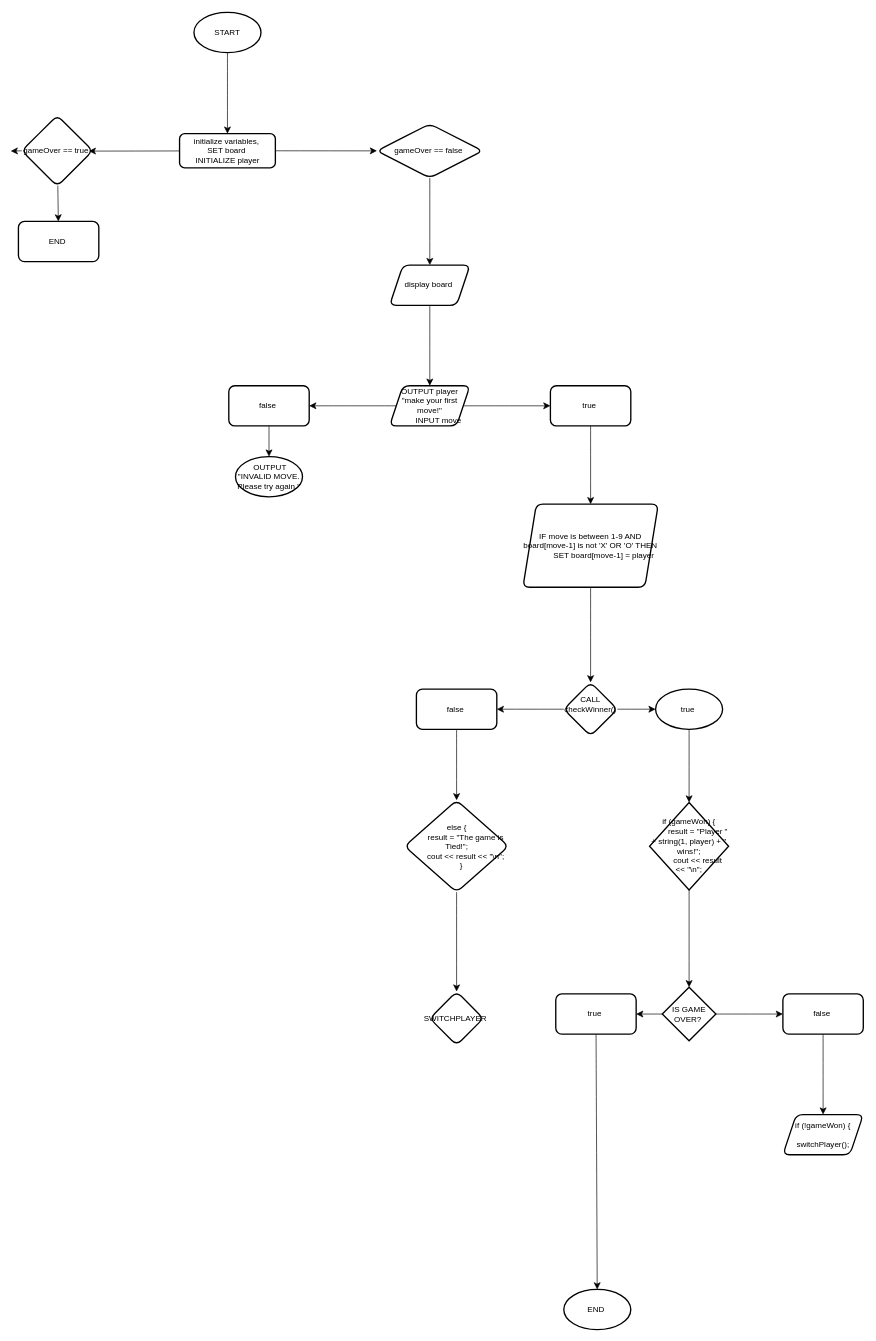
Earlier version of the draw.io diagram PA01FLOW.drawio (emiilyyf/flowchart). Source tidied: cells renumbered, new cells numbered last; positions are measured from the earlier drawing's top-left corner, leaving out a move shared by most shapes. Both pictures are drawn from the tidied source at 67%, with x=0, y=0 at pixel (11, 12).
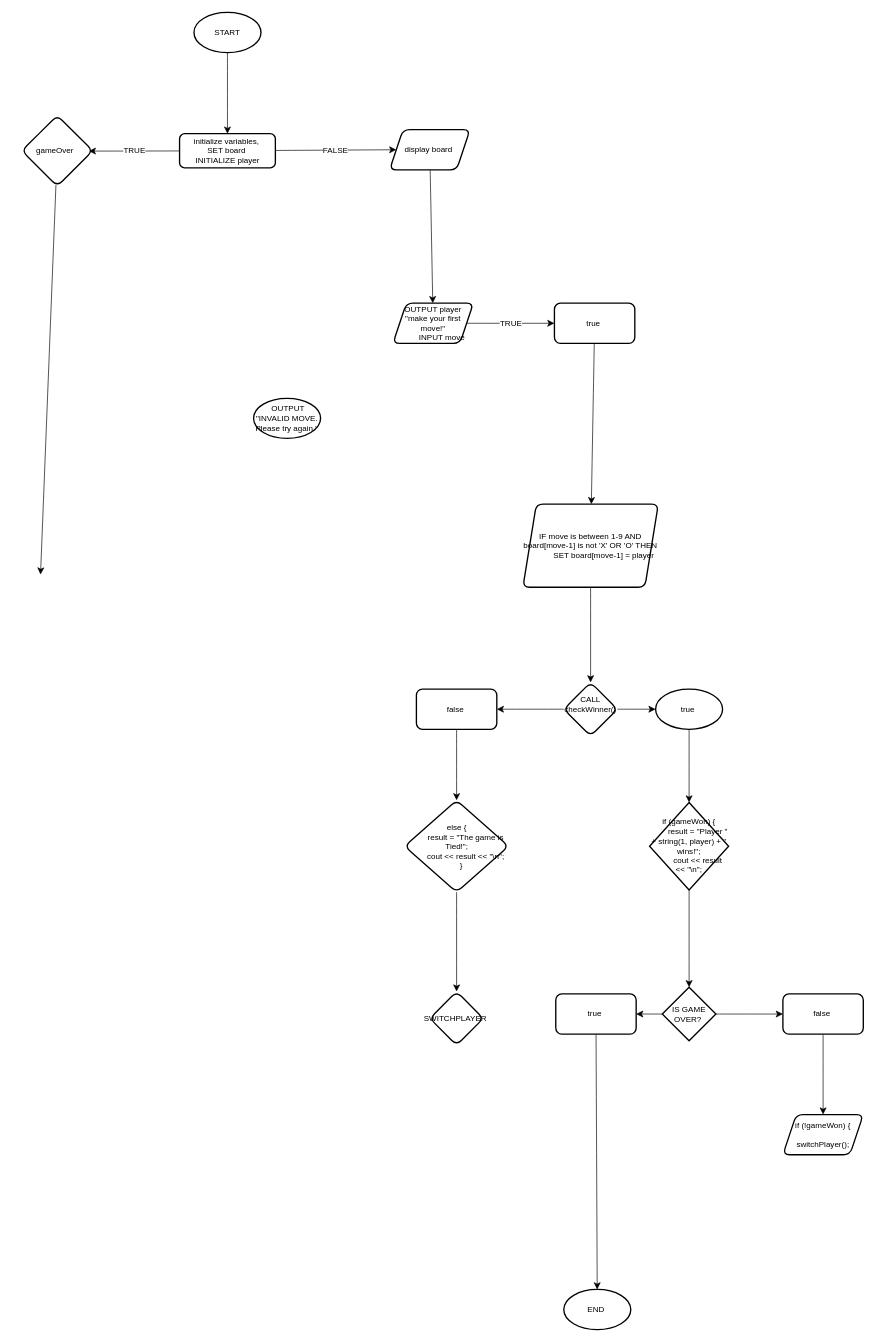
The same page after the edit.

The change refers to these unchanged cells:
```xml
<mxCell id="6" value="initialize variables,&amp;nbsp;&lt;div&gt;SET board&amp;nbsp;&lt;/div&gt;&lt;div&gt;INITIALIZE player&lt;/div&gt;" style="rounded=1;whiteSpace=wrap;html=1;strokeWidth=2;" parent="1" vertex="1">
  <mxGeometry x="251.5" y="181" width="143" height="51" as="geometry" />
</mxCell>
```

The edit, as a diff of the source:
```diff
@@
-    <mxCell id="4" style="edgeStyle=none;curved=1;rounded=0;jettySize=auto;html=1;fontSize=12;startSize=8;endSize=8;" parent="1" edge="1" source="6">
+    <mxCell id="4" value="TRUE" style="edgeStyle=none;curved=1;rounded=0;jettySize=auto;html=1;fontSize=12;startSize=8;endSize=8;" parent="1" edge="1" source="6">
       <mxGeometry relative="1" as="geometry">
         <mxPoint x="116" y="207" as="targetPoint" />
         <Array as="points">
           <mxPoint x="183" y="207" />
         </Array>
       </mxGeometry>
     </mxCell>
-    <mxCell id="5" style="edgeStyle=none;curved=1;rounded=0;jettySize=auto;html=1;fontSize=12;startSize=8;endSize=8;" parent="1" edge="1" source="6" target="13">
+    <mxCell id="5" value="FALSE" style="edgeStyle=none;curved=1;rounded=0;jettySize=auto;html=1;fontSize=12;startSize=8;endSize=8;entryX=0;entryY=0.5;entryDx=0;entryDy=0;" parent="1" edge="1" source="6" target="15">
       <mxGeometry relative="1" as="geometry" />
     </mxCell>
@@
-    <mxCell id="7" style="edgeStyle=none;curved=1;rounded=0;jettySize=auto;html=1;fontSize=12;startSize=8;endSize=8;" parent="1" edge="1" source="9" target="11">
-      <mxGeometry relative="1" as="geometry" />
+    <mxCell id="7" style="rounded=0;jettySize=auto;html=1;fontSize=12;startSize=8;endSize=8;" parent="1" edge="1" source="9">
+      <mxGeometry relative="1" as="geometry">
+        <mxPoint x="44" y="839" as="targetPoint" />
+      </mxGeometry>
     </mxCell>
-    <mxCell id="8" style="edgeStyle=none;curved=1;rounded=0;jettySize=auto;html=1;exitX=0;exitY=0.5;exitDx=0;exitDy=0;fontSize=12;startSize=8;endSize=8;" parent="1" edge="1" source="9">
-      <mxGeometry relative="1" as="geometry">
-        <mxPoint x="-0.5" y="207" as="targetPoint" />
-      </mxGeometry>
-    </mxCell>
-    <mxCell id="9" value="gameOver == true&amp;nbsp;" style="rhombus;whiteSpace=wrap;html=1;rounded=1;strokeWidth=2;" parent="1" vertex="1">
+    <mxCell id="9" value="gameOver&amp;nbsp;&amp;nbsp;" style="rhombus;whiteSpace=wrap;html=1;rounded=1;strokeWidth=2;" parent="1" vertex="1">
       <mxGeometry x="16" y="153.8" width="106" height="105.5" as="geometry" />
     </mxCell>
@@
-    <mxCell id="11" value="END&amp;nbsp;" style="whiteSpace=wrap;html=1;rounded=1;strokeWidth=2;" parent="1" vertex="1">
-      <mxGeometry x="11" y="312" width="120" height="60" as="geometry" />
-    </mxCell>
-    <mxCell id="12" style="edgeStyle=none;curved=1;rounded=0;jettySize=auto;html=1;fontSize=12;startSize=8;endSize=8;" parent="1" edge="1" source="13" target="15">
-      <mxGeometry relative="1" as="geometry" />
-    </mxCell>
-    <mxCell id="13" value="gameOver == false&amp;nbsp;" style="rhombus;whiteSpace=wrap;html=1;rounded=1;strokeWidth=2;" parent="1" vertex="1">
-      <mxGeometry x="546" y="166.5" width="158" height="80.5" as="geometry" />
-    </mxCell>
@@
     <mxCell id="15" value="display board&amp;nbsp;" style="shape=parallelogram;perimeter=parallelogramPerimeter;whiteSpace=wrap;html=1;fixedSize=1;rounded=1;strokeWidth=2;" parent="1" vertex="1">
-      <mxGeometry x="565" y="377.2" width="120" height="60" as="geometry" />
+      <mxGeometry x="565" y="175" width="120" height="60" as="geometry" />
     </mxCell>
-    <mxCell id="16" style="edgeStyle=none;curved=1;rounded=0;jettySize=auto;html=1;fontSize=12;startSize=8;endSize=8;" parent="1" edge="1" source="18" target="20">
-      <mxGeometry relative="1" as="geometry" />
-    </mxCell>
-    <mxCell id="17" style="edgeStyle=none;curved=1;rounded=0;jettySize=auto;html=1;fontSize=12;startSize=8;endSize=8;" parent="1" edge="1" source="18" target="23">
+    <mxCell id="17" value="TRUE" style="edgeStyle=none;curved=1;rounded=0;jettySize=auto;html=1;fontSize=12;startSize=8;endSize=8;" parent="1" edge="1" source="18" target="23">
       <mxGeometry relative="1" as="geometry" />
     </mxCell>
     <mxCell id="18" value="&lt;div&gt;OUTPUT player &quot;make your first move!&quot;&lt;/div&gt;&lt;div&gt;&amp;nbsp; &amp;nbsp; &amp;nbsp; &amp;nbsp; INPUT move&lt;/div&gt;" style="shape=parallelogram;perimeter=parallelogramPerimeter;whiteSpace=wrap;html=1;fixedSize=1;rounded=1;strokeWidth=2;" parent="1" vertex="1">
-      <mxGeometry x="565" y="557.2" width="120" height="60" as="geometry" />
+      <mxGeometry x="570" y="434" width="120" height="60" as="geometry" />
     </mxCell>
-    <mxCell id="19" style="edgeStyle=none;curved=1;rounded=0;jettySize=auto;html=1;fontSize=12;startSize=8;endSize=8;" parent="1" edge="1" source="20" target="21">
-      <mxGeometry relative="1" as="geometry" />
-    </mxCell>
-    <mxCell id="20" value="false&amp;nbsp;" style="whiteSpace=wrap;html=1;rounded=1;strokeWidth=2;" parent="1" vertex="1">
-      <mxGeometry x="325" y="557.2" width="120" height="60" as="geometry" />
-    </mxCell>
     <mxCell id="21" value="&amp;nbsp;OUTPUT &quot;INVALID MOVE. Please try again.&quot;" style="strokeWidth=2;html=1;shape=mxgraph.flowchart.start_1;whiteSpace=wrap;" parent="1" vertex="1">
-      <mxGeometry x="335" y="663" width="100" height="60" as="geometry" />
+      <mxGeometry x="362" y="576" width="100" height="59.8" as="geometry" />
     </mxCell>
@@
     <mxCell id="23" value="true&amp;nbsp;" style="whiteSpace=wrap;html=1;rounded=1;strokeWidth=2;" parent="1" vertex="1">
-      <mxGeometry x="805" y="557.2" width="120" height="60" as="geometry" />
+      <mxGeometry x="811" y="434" width="120" height="60" as="geometry" />
     </mxCell>
```
